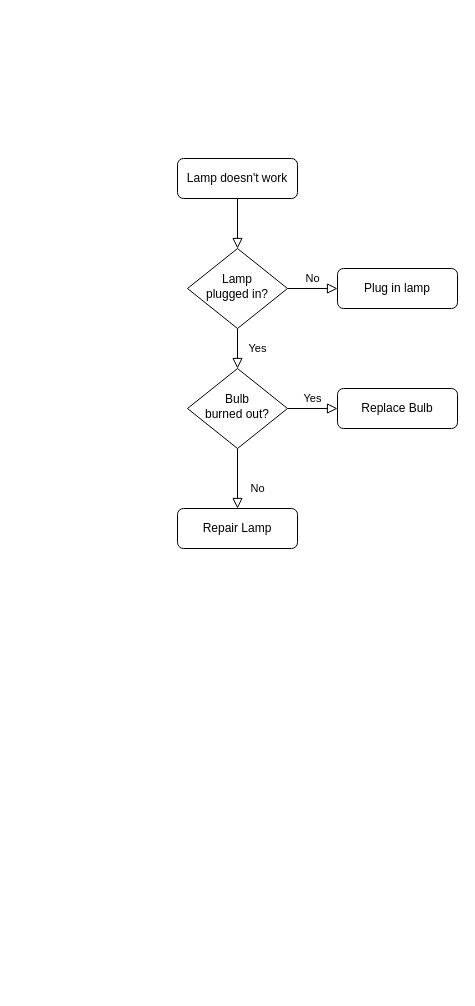
Earlier version of the draw.io diagram Untitled Diagram.drawio (eugeniatate/JavaHarvardCourses). Source tidied: cells renumbered, new cells numbered last; positions are measured from the earlier drawing's top-left corner, leaving out a move shared by most shapes. Both pictures are drawn from the tidied source at 100%, with x=0, y=0 at pixel (177, 158).
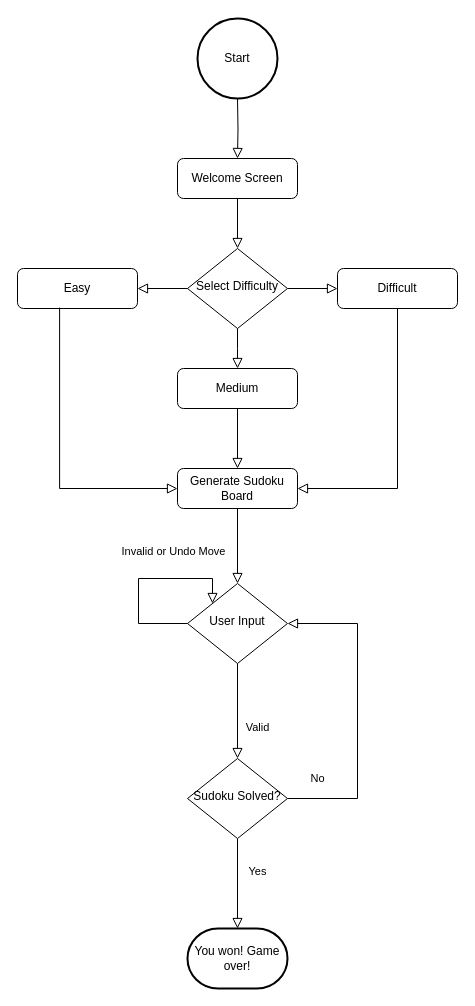
The same page after the edit.

What changed in the source:
```diff
@@
-    <mxCell id="3" value="Lamp doesn't work" style="rounded=1;whiteSpace=wrap;html=1;fontSize=12;glass=0;strokeWidth=1;shadow=0;" parent="1" vertex="1">
+    <mxCell id="3" value="Welcome Screen" style="rounded=1;whiteSpace=wrap;html=1;fontSize=12;glass=0;strokeWidth=1;shadow=0;" parent="1" vertex="1">
       <mxGeometry width="120" height="40" as="geometry" />
     </mxCell>
-    <mxCell id="4" value="Yes" style="rounded=0;html=1;jettySize=auto;fontSize=11;endArrow=block;endFill=0;endSize=8;strokeWidth=1;shadow=0;labelBackgroundColor=none;edgeStyle=orthogonalEdgeStyle;" parent="1" edge="1" source="6" target="10">
+    <mxCell id="4" style="rounded=0;html=1;jettySize=auto;fontSize=11;endArrow=block;endFill=0;endSize=8;strokeWidth=1;shadow=0;labelBackgroundColor=none;edgeStyle=orthogonalEdgeStyle;exitX=0.5;exitY=1;exitDx=0;exitDy=0;" parent="1" edge="1" source="12" target="10">
       <mxGeometry y="20" relative="1" as="geometry" />
     </mxCell>
-    <mxCell id="5" value="No" style="edgeStyle=orthogonalEdgeStyle;rounded=0;html=1;jettySize=auto;fontSize=11;endArrow=block;endFill=0;endSize=8;strokeWidth=1;shadow=0;labelBackgroundColor=none;" parent="1" edge="1" source="6" target="7">
+    <mxCell id="5" style="edgeStyle=orthogonalEdgeStyle;rounded=0;html=1;jettySize=auto;fontSize=11;endArrow=block;endFill=0;endSize=8;strokeWidth=1;shadow=0;labelBackgroundColor=none;" parent="1" edge="1" source="6" target="7">
       <mxGeometry y="10" relative="1" as="geometry" />
     </mxCell>
-    <mxCell id="6" value="Lamp&lt;br&gt;plugged in?" style="rhombus;whiteSpace=wrap;html=1;shadow=0;fontFamily=Helvetica;fontSize=12;align=center;strokeWidth=1;spacing=6;spacingTop=-4;" parent="1" vertex="1">
+    <mxCell id="6" value="Select Difficulty" style="rhombus;whiteSpace=wrap;html=1;shadow=0;fontFamily=Helvetica;fontSize=12;align=center;strokeWidth=1;spacing=6;spacingTop=-4;" parent="1" vertex="1">
       <mxGeometry x="10" y="90" width="100" height="80" as="geometry" />
     </mxCell>
-    <mxCell id="7" value="Plug in lamp" style="rounded=1;whiteSpace=wrap;html=1;fontSize=12;glass=0;strokeWidth=1;shadow=0;" parent="1" vertex="1">
+    <mxCell id="7" value="Difficult" style="rounded=1;whiteSpace=wrap;html=1;fontSize=12;glass=0;strokeWidth=1;shadow=0;" parent="1" vertex="1">
       <mxGeometry x="160" y="110" width="120" height="40" as="geometry" />
     </mxCell>
-    <mxCell id="8" value="No" style="rounded=0;html=1;jettySize=auto;fontSize=11;endArrow=block;endFill=0;endSize=8;strokeWidth=1;shadow=0;labelBackgroundColor=none;edgeStyle=orthogonalEdgeStyle;" parent="1" edge="1" source="10" target="11">
-      <mxGeometry x="0.33" y="20" relative="1" as="geometry" />
+    <mxCell id="8" value="Valid" style="rounded=0;html=1;jettySize=auto;fontSize=11;endArrow=block;endFill=0;endSize=8;strokeWidth=1;shadow=0;labelBackgroundColor=none;edgeStyle=orthogonalEdgeStyle;" parent="1" edge="1" source="10">
+      <mxGeometry x="0.33" y="20" relative="1" as="geometry">
+        <mxPoint x="60" y="600" as="targetPoint" />
+      </mxGeometry>
     </mxCell>
+    <mxCell id="10" value="User Input" style="rhombus;whiteSpace=wrap;html=1;shadow=0;fontFamily=Helvetica;fontSize=12;align=center;strokeWidth=1;spacing=6;spacingTop=-4;" parent="1" vertex="1">
+      <mxGeometry x="10" y="425" width="100" height="80" as="geometry" />
+    </mxCell>
+    <mxCell id="13" value="Start" style="strokeWidth=2;html=1;shape=mxgraph.flowchart.start_2;whiteSpace=wrap;" parent="1" vertex="1">
+      <mxGeometry x="20" y="-140" width="80" height="80" as="geometry" />
+    </mxCell>
+    <mxCell id="14" style="edgeStyle=orthogonalEdgeStyle;rounded=0;html=1;jettySize=auto;fontSize=11;endArrow=block;endFill=0;endSize=8;strokeWidth=1;shadow=0;labelBackgroundColor=none;exitX=0;exitY=0.5;exitDx=0;exitDy=0;" parent="1" edge="1" source="6">
+      <mxGeometry y="10" relative="1" as="geometry">
+        <mxPoint x="-40" y="130" as="targetPoint" />
+      </mxGeometry>
+    </mxCell>
+    <mxCell id="15" value="Medium" style="rounded=1;whiteSpace=wrap;html=1;fontSize=12;glass=0;strokeWidth=1;shadow=0;" parent="1" vertex="1">
+      <mxGeometry y="210" width="120" height="40" as="geometry" />
+    </mxCell>
+    <mxCell id="16" value="Easy" style="rounded=1;whiteSpace=wrap;html=1;fontSize=12;glass=0;strokeWidth=1;shadow=0;" parent="1" vertex="1">
+      <mxGeometry x="-160" y="110" width="120" height="40" as="geometry" />
+    </mxCell>
+    <mxCell id="17" style="rounded=0;html=1;jettySize=auto;fontSize=11;endArrow=block;endFill=0;endSize=8;strokeWidth=1;shadow=0;labelBackgroundColor=none;edgeStyle=orthogonalEdgeStyle;exitX=0.5;exitY=1;exitDx=0;exitDy=0;" parent="1" edge="1" source="6">
+      <mxGeometry y="20" relative="1" as="geometry">
+        <mxPoint x="60" y="210" as="targetPoint" />
+      </mxGeometry>
+    </mxCell>
+    <mxCell id="18" style="rounded=0;html=1;jettySize=auto;fontSize=11;endArrow=block;endFill=0;endSize=8;strokeWidth=1;shadow=0;labelBackgroundColor=none;edgeStyle=orthogonalEdgeStyle;exitX=0.5;exitY=1;exitDx=0;exitDy=0;" parent="1" edge="1" source="15" target="12">
+      <mxGeometry y="20" relative="1" as="geometry" />
+    </mxCell>
+    <mxCell id="12" value="Generate Sudoku Board" style="rounded=1;whiteSpace=wrap;html=1;fontSize=12;glass=0;strokeWidth=1;shadow=0;" parent="1" vertex="1">
+      <mxGeometry y="310" width="120" height="40" as="geometry" />
+    </mxCell>
+    <mxCell id="19" style="rounded=0;html=1;jettySize=auto;fontSize=11;endArrow=block;endFill=0;endSize=8;strokeWidth=1;shadow=0;labelBackgroundColor=none;edgeStyle=orthogonalEdgeStyle;exitX=0.5;exitY=1;exitDx=0;exitDy=0;entryX=1;entryY=0.5;entryDx=0;entryDy=0;" parent="1" edge="1" source="7" target="12">
+      <mxGeometry y="20" relative="1" as="geometry">
+        <Array as="points">
+          <mxPoint x="220" y="330" />
+        </Array>
+      </mxGeometry>
+    </mxCell>
+    <mxCell id="20" style="rounded=0;html=1;jettySize=auto;fontSize=11;endArrow=block;endFill=0;endSize=8;strokeWidth=1;shadow=0;labelBackgroundColor=none;edgeStyle=orthogonalEdgeStyle;exitX=0.351;exitY=0.978;exitDx=0;exitDy=0;exitPerimeter=0;" parent="1" edge="1" source="16">
+      <mxGeometry y="20" relative="1" as="geometry">
+        <mxPoint y="330" as="targetPoint" />
+        <Array as="points">
+          <mxPoint x="-118" y="330" />
+          <mxPoint y="330" />
+        </Array>
+      </mxGeometry>
+    </mxCell>
+    <mxCell id="21" value="Sudoku Solved?" style="rhombus;whiteSpace=wrap;html=1;shadow=0;fontFamily=Helvetica;fontSize=12;align=center;strokeWidth=1;spacing=6;spacingTop=-4;" parent="1" vertex="1">
+      <mxGeometry x="10" y="600" width="100" height="80" as="geometry" />
+    </mxCell>
+    <mxCell id="22" value="Invalid or Undo Move&lt;div&gt;&lt;br&gt;&lt;/div&gt;" style="rounded=0;html=1;jettySize=auto;orthogonalLoop=1;fontSize=11;endArrow=block;endFill=0;endSize=8;strokeWidth=1;shadow=0;labelBackgroundColor=none;edgeStyle=orthogonalEdgeStyle;exitX=0;exitY=0.5;exitDx=0;exitDy=0;entryX=0;entryY=0;entryDx=0;entryDy=0;" parent="1" edge="1" source="10" target="10">
+      <mxGeometry x="0.34" y="20" relative="1" as="geometry">
+        <Array as="points">
+          <mxPoint x="-39" y="465" />
+          <mxPoint x="-39" y="420" />
+          <mxPoint x="35" y="420" />
+        </Array>
+      </mxGeometry>
+    </mxCell>
-    <mxCell id="9" value="Yes" style="edgeStyle=orthogonalEdgeStyle;rounded=0;html=1;jettySize=auto;fontSize=11;endArrow=block;endFill=0;endSize=8;strokeWidth=1;shadow=0;labelBackgroundColor=none;" parent="1" edge="1" source="10" target="12">
-      <mxGeometry y="10" relative="1" as="geometry" />
+    <mxCell id="9" value="Yes&lt;div&gt;&lt;br&gt;&lt;/div&gt;" style="rounded=0;html=1;jettySize=auto;orthogonalLoop=1;fontSize=11;endArrow=block;endFill=0;endSize=8;strokeWidth=1;shadow=0;labelBackgroundColor=none;edgeStyle=orthogonalEdgeStyle;" parent="1" edge="1">
+      <mxGeometry x="-0.11" y="20" relative="1" as="geometry">
+        <mxPoint x="60" y="680" as="sourcePoint" />
+        <mxPoint x="60" y="770" as="targetPoint" />
+        <Array as="points">
+          <mxPoint x="60" y="680" />
+        </Array>
+      </mxGeometry>
     </mxCell>
-    <mxCell id="10" value="Bulb&lt;br&gt;burned out?" style="rhombus;whiteSpace=wrap;html=1;shadow=0;fontFamily=Helvetica;fontSize=12;align=center;strokeWidth=1;spacing=6;spacingTop=-4;" parent="1" vertex="1">
-      <mxGeometry x="10" y="210" width="100" height="80" as="geometry" />
-    </mxCell>
-    <mxCell id="11" value="Repair Lamp" style="rounded=1;whiteSpace=wrap;html=1;fontSize=12;glass=0;strokeWidth=1;shadow=0;" parent="1" vertex="1">
-      <mxGeometry y="350" width="120" height="40" as="geometry" />
-    </mxCell>
-    <mxCell id="12" value="Replace Bulb" style="rounded=1;whiteSpace=wrap;html=1;fontSize=12;glass=0;strokeWidth=1;shadow=0;" parent="1" vertex="1">
-      <mxGeometry x="160" y="230" width="120" height="40" as="geometry" />
-    </mxCell>
+    <mxCell id="23" value="&lt;div&gt;No&lt;/div&gt;" style="rounded=0;html=1;jettySize=auto;fontSize=11;endArrow=block;endFill=0;endSize=8;strokeWidth=1;shadow=0;labelBackgroundColor=none;edgeStyle=orthogonalEdgeStyle;exitX=1;exitY=0.5;exitDx=0;exitDy=0;entryX=1;entryY=0.5;entryDx=0;entryDy=0;" parent="1" edge="1" source="21" target="10">
+      <mxGeometry x="-0.81" y="20" relative="1" as="geometry">
+        <Array as="points">
+          <mxPoint x="180" y="640" />
+          <mxPoint x="180" y="465" />
+        </Array>
+      </mxGeometry>
+    </mxCell>
+    <mxCell id="24" value="You won! Game over!" style="strokeWidth=2;html=1;shape=mxgraph.flowchart.terminator;whiteSpace=wrap;" parent="1" vertex="1">
+      <mxGeometry x="10" y="770" width="100" height="60" as="geometry" />
+    </mxCell>
+    <mxCell id="25" style="rounded=0;html=1;jettySize=auto;fontSize=11;endArrow=block;endFill=0;endSize=8;strokeWidth=1;shadow=0;labelBackgroundColor=none;edgeStyle=orthogonalEdgeStyle;entryX=0.5;entryY=0;entryDx=0;entryDy=0;" parent="1" edge="1" target="3">
+      <mxGeometry relative="1" as="geometry">
+        <mxPoint x="60" y="-60" as="sourcePoint" />
+      </mxGeometry>
+    </mxCell>
```
